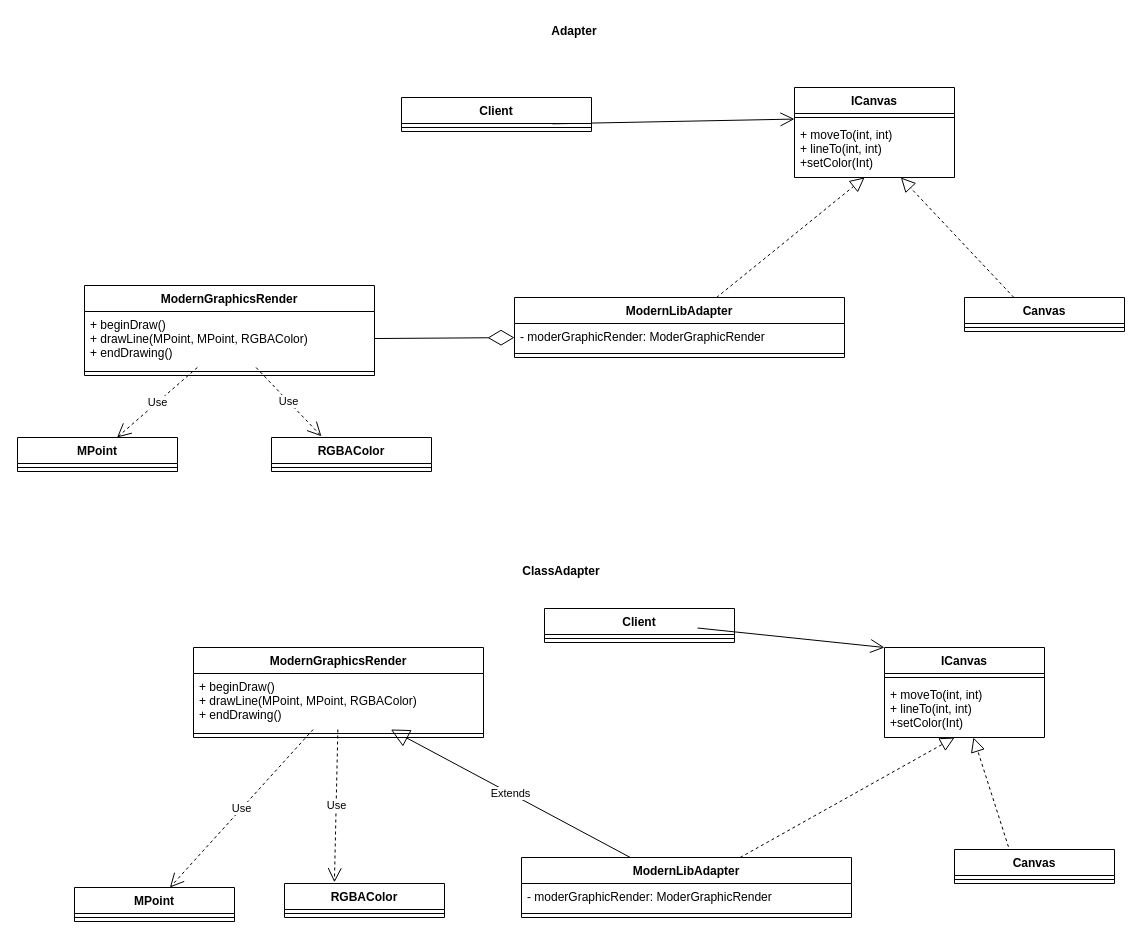
Above: src/main/java/com/alexey/minay/ood/lab06/adapters/adapters.drawio in alexeyminay/ood (draw.io), before the change. Source tidied: cells renumbered, new cells numbered last; positions are measured from the earlier drawing's top-left corner, leaving out a move shared by most shapes. Both pictures are drawn from the tidied source at 100%, with x=0, y=0 at pixel (17, 17).
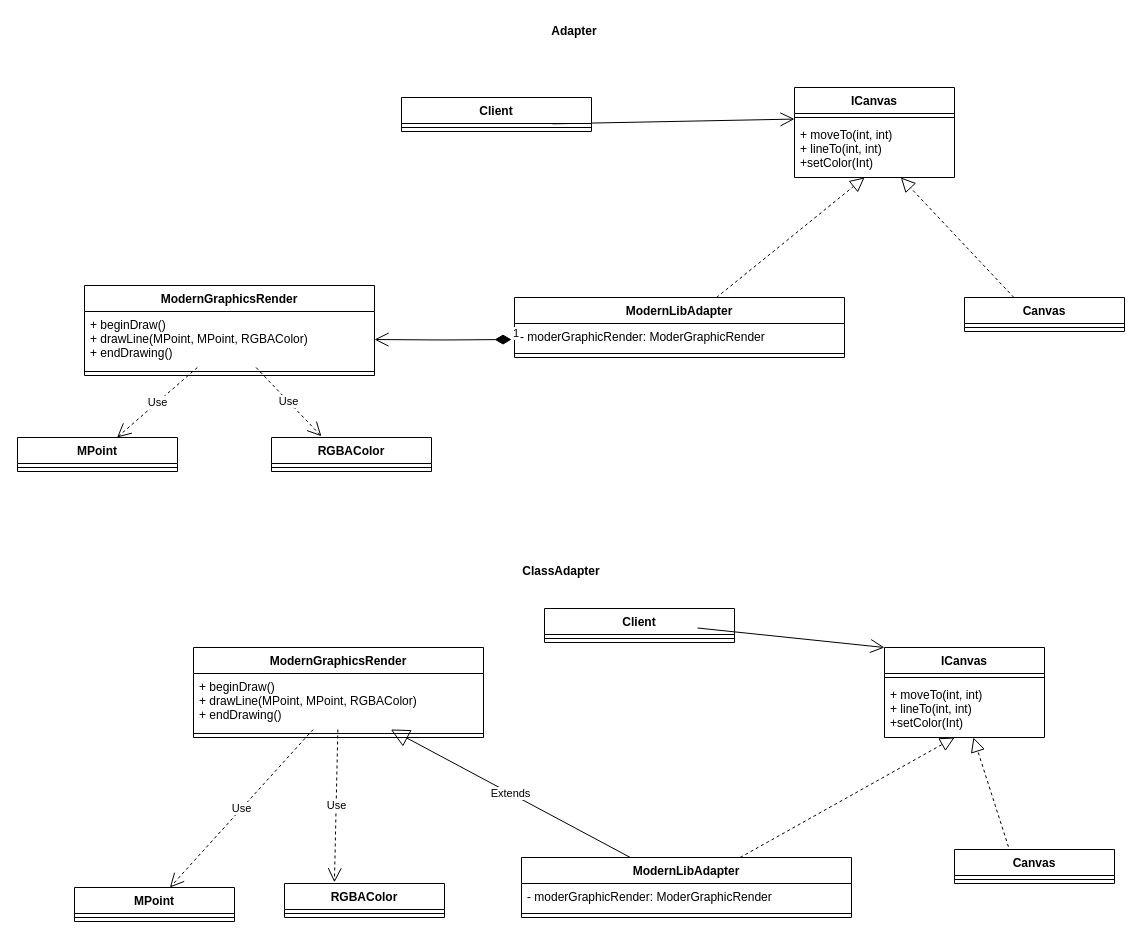
Above is the later version.

Commit message:
[lab06] Доработал диаграмму

Unchanged cells that the change refers to:
```xml
<mxCell id="3" value="- moderGraphicRender: ModerGraphicRender&#10;" style="text;strokeColor=none;fillColor=none;align=left;verticalAlign=top;spacingLeft=4;spacingRight=4;overflow=hidden;points=[[0,0.5],[1,0.5]];portConstraint=eastwest;" parent="2" vertex="1">
  <mxGeometry y="26" width="330" height="26" as="geometry" />
</mxCell>
<mxCell id="14" value="+ beginDraw()&#10;+ drawLine(MPoint, MPoint, RGBAColor)&#10;+ endDrawing()" style="text;strokeColor=none;fillColor=none;align=left;verticalAlign=top;spacingLeft=4;spacingRight=4;overflow=hidden;points=[[0,0.5],[1,0.5]];portConstraint=eastwest;" parent="13" vertex="1">
  <mxGeometry y="26" width="290" height="56" as="geometry" />
</mxCell>
```

Diff of the diagram source:
```diff
@@
-    <mxCell id="6" style="endArrow=diamondThin;endFill=0;endSize=24;html=1;" parent="1" edge="1" source="14" target="3">
-      <mxGeometry relative="1" as="geometry" />
-    </mxCell>
@@
+    <mxCell id="50" value="1" style="endArrow=open;html=1;endSize=12;startArrow=diamondThin;startSize=14;startFill=1;edgeStyle=orthogonalEdgeStyle;align=left;verticalAlign=bottom;entryX=1;entryY=0.5;entryDx=0;entryDy=0;" parent="1" edge="1" target="14">
+      <mxGeometry x="-1" y="3" relative="1" as="geometry">
+        <mxPoint x="494" y="322" as="sourcePoint" />
+      </mxGeometry>
+    </mxCell>
```
